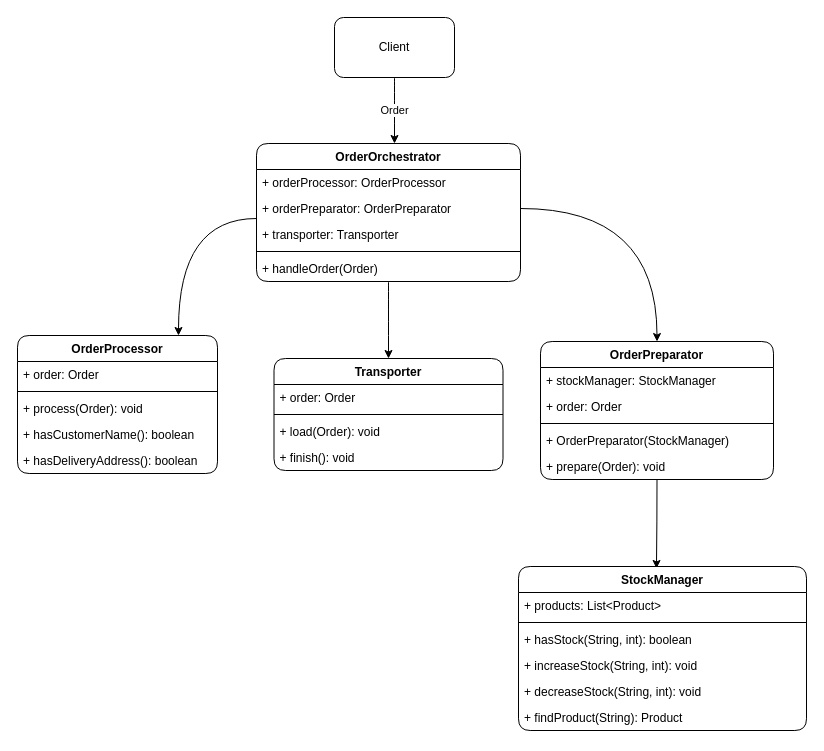
Above: page "facade" (9 of 10) of src/ro/developmentfactory/uml.drawio in development-factory/design-patterns-examples (draw.io), before the change. Source tidied: cells renumbered, new cells numbered last; positions are measured from the earlier drawing's top-left corner, leaving out a move shared by most shapes. Both pictures are drawn from the tidied source at 100%, with x=0, y=0 at pixel (17, 17).
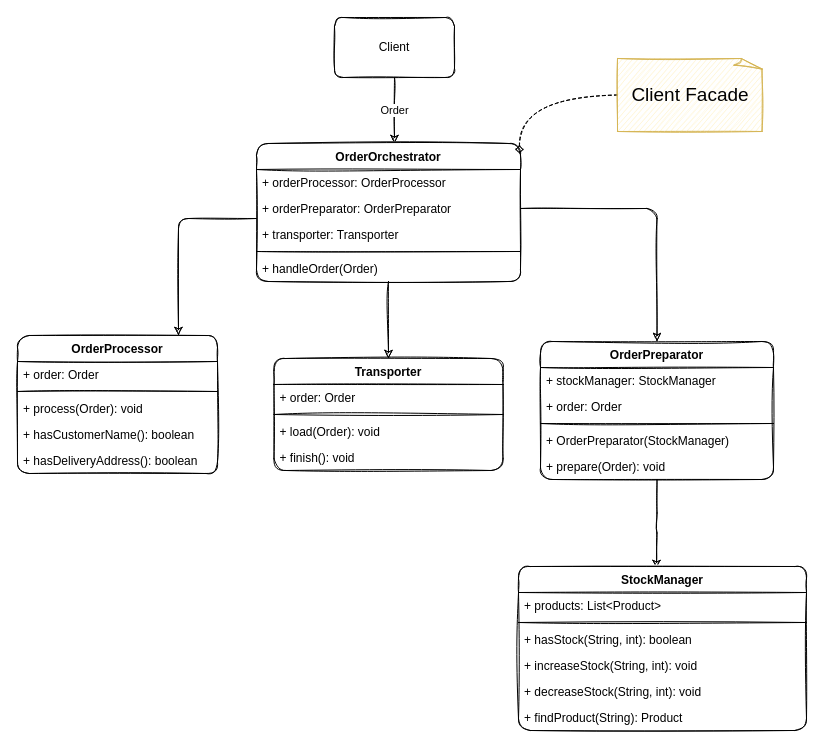
The same page after the edit.

Change to the diagram source:
```diff
@@
-    <mxCell id="2" value="Order" style="edgeStyle=orthogonalEdgeStyle;curved=1;jettySize=auto;html=1;" parent="1" edge="1" source="3" target="6">
+    <mxCell id="2" value="Order" style="edgeStyle=orthogonalEdgeStyle;jettySize=auto;html=1;sketch=1;" parent="1" edge="1" source="3" target="6">
       <mxGeometry relative="1" as="geometry">
         <Array as="points">
           <mxPoint x="369" y="59" />
           <mxPoint x="379" y="59" />
         </Array>
       </mxGeometry>
     </mxCell>
-    <mxCell id="3" value="Client" style="whiteSpace=wrap;html=1;rounded=1;" parent="1" vertex="1">
+    <mxCell id="3" value="Client" style="whiteSpace=wrap;html=1;sketch=1;rounded=1;" parent="1" vertex="1">
       <mxGeometry x="317" width="120" height="60" as="geometry" />
     </mxCell>
-    <mxCell id="4" style="edgeStyle=orthogonalEdgeStyle;curved=1;jettySize=auto;html=1;" parent="1" edge="1" source="6" target="12">
+    <mxCell id="4" style="edgeStyle=orthogonalEdgeStyle;jettySize=auto;html=1;sketch=1;" parent="1" edge="1" source="6" target="12">
       <mxGeometry relative="1" as="geometry">
         <Array as="points">
           <mxPoint x="161" y="201" />
         </Array>
       </mxGeometry>
     </mxCell>
-    <mxCell id="5" style="edgeStyle=orthogonalEdgeStyle;curved=1;jettySize=auto;html=1;entryX=0.5;entryY=0;entryDx=0;entryDy=0;" parent="1" edge="1" source="6" target="32">
+    <mxCell id="5" style="edgeStyle=orthogonalEdgeStyle;jettySize=auto;html=1;entryX=0.5;entryY=0;entryDx=0;entryDy=0;sketch=1;" parent="1" edge="1" source="6" target="32">
       <mxGeometry relative="1" as="geometry" />
     </mxCell>
-    <mxCell id="6" value="OrderOrchestrator" style="swimlane;fontStyle=1;align=center;verticalAlign=top;horizontal=1;startSize=26;rounded=1;" parent="1" vertex="1">
+    <mxCell id="6" value="OrderOrchestrator" style="swimlane;fontStyle=1;align=center;verticalAlign=top;horizontal=1;startSize=26;sketch=1;rounded=1;" parent="1" vertex="1">
       <mxGeometry x="239" y="126" width="264" height="138" as="geometry" />
     </mxCell>
-    <mxCell id="7" value="+ orderProcessor: OrderProcessor" style="text;strokeColor=none;fillColor=none;align=left;verticalAlign=top;spacingLeft=4;spacingRight=4;overflow=hidden;" parent="6" vertex="1">
+    <mxCell id="7" value="+ orderProcessor: OrderProcessor" style="text;strokeColor=none;fillColor=none;align=left;verticalAlign=top;spacingLeft=4;spacingRight=4;overflow=hidden;sketch=1;rounded=1;" parent="6" vertex="1">
       <mxGeometry y="26" width="264" height="26" as="geometry" />
     </mxCell>
-    <mxCell id="8" value="+ orderPreparator: OrderPreparator" style="text;strokeColor=none;fillColor=none;align=left;verticalAlign=top;spacingLeft=4;spacingRight=4;overflow=hidden;points=[[0,0.5],[1,0.5]];portConstraint=eastwest;" parent="6" vertex="1">
+    <mxCell id="8" value="+ orderPreparator: OrderPreparator" style="text;strokeColor=none;fillColor=none;align=left;verticalAlign=top;spacingLeft=4;spacingRight=4;overflow=hidden;points=[[0,0.5],[1,0.5]];portConstraint=eastwest;sketch=1;rounded=1;" parent="6" vertex="1">
       <mxGeometry y="52" width="264" height="26" as="geometry" />
     </mxCell>
-    <mxCell id="9" value="+ transporter: Transporter" style="text;strokeColor=none;fillColor=none;align=left;verticalAlign=top;spacingLeft=4;spacingRight=4;overflow=hidden;" parent="6" vertex="1">
+    <mxCell id="9" value="+ transporter: Transporter" style="text;strokeColor=none;fillColor=none;align=left;verticalAlign=top;spacingLeft=4;spacingRight=4;overflow=hidden;sketch=1;rounded=1;" parent="6" vertex="1">
       <mxGeometry y="78" width="264" height="26" as="geometry" />
     </mxCell>
-    <mxCell id="10" style="line;strokeWidth=1;fillColor=none;align=left;verticalAlign=middle;spacingTop=-1;spacingLeft=3;spacingRight=3;labelPosition=right;" parent="6" vertex="1">
+    <mxCell id="10" style="line;strokeWidth=1;fillColor=none;align=left;verticalAlign=middle;spacingTop=-1;spacingLeft=3;spacingRight=3;labelPosition=right;sketch=1;rounded=1;" parent="6" vertex="1">
       <mxGeometry y="104" width="264" height="8" as="geometry" />
     </mxCell>
-    <mxCell id="11" value="+ handleOrder(Order)" style="text;strokeColor=none;fillColor=none;align=left;verticalAlign=top;spacingLeft=4;spacingRight=4;overflow=hidden;" parent="6" vertex="1">
+    <mxCell id="11" value="+ handleOrder(Order)" style="text;strokeColor=none;fillColor=none;align=left;verticalAlign=top;spacingLeft=4;spacingRight=4;overflow=hidden;sketch=1;rounded=1;" parent="6" vertex="1">
       <mxGeometry y="112" width="264" height="26" as="geometry" />
     </mxCell>
-    <mxCell id="12" value="OrderProcessor" style="swimlane;fontStyle=1;align=center;verticalAlign=top;horizontal=1;startSize=26;rounded=1;" parent="1" vertex="1">
+    <mxCell id="12" value="OrderProcessor" style="swimlane;fontStyle=1;align=center;verticalAlign=top;horizontal=1;startSize=26;sketch=1;rounded=1;" parent="1" vertex="1">
       <mxGeometry y="318" width="200" height="138" as="geometry" />
     </mxCell>
-    <mxCell id="13" value="+ order: Order" style="text;strokeColor=none;fillColor=none;align=left;verticalAlign=top;spacingLeft=4;spacingRight=4;overflow=hidden;" parent="12" vertex="1">
+    <mxCell id="13" value="+ order: Order" style="text;strokeColor=none;fillColor=none;align=left;verticalAlign=top;spacingLeft=4;spacingRight=4;overflow=hidden;sketch=1;rounded=1;" parent="12" vertex="1">
       <mxGeometry y="26" width="200" height="26" as="geometry" />
     </mxCell>
-    <mxCell id="14" style="line;strokeWidth=1;fillColor=none;align=left;verticalAlign=middle;spacingTop=-1;spacingLeft=3;spacingRight=3;labelPosition=right;" parent="12" vertex="1">
+    <mxCell id="14" style="line;strokeWidth=1;fillColor=none;align=left;verticalAlign=middle;spacingTop=-1;spacingLeft=3;spacingRight=3;labelPosition=right;sketch=1;rounded=1;" parent="12" vertex="1">
       <mxGeometry y="52" width="200" height="8" as="geometry" />
     </mxCell>
-    <mxCell id="15" value="+ process(Order): void" style="text;strokeColor=none;fillColor=none;align=left;verticalAlign=top;spacingLeft=4;spacingRight=4;overflow=hidden;" parent="12" vertex="1">
+    <mxCell id="15" value="+ process(Order): void" style="text;strokeColor=none;fillColor=none;align=left;verticalAlign=top;spacingLeft=4;spacingRight=4;overflow=hidden;sketch=1;rounded=1;" parent="12" vertex="1">
       <mxGeometry y="60" width="200" height="26" as="geometry" />
     </mxCell>
-    <mxCell id="16" value="+ hasCustomerName(): boolean" style="text;strokeColor=none;fillColor=none;align=left;verticalAlign=top;spacingLeft=4;spacingRight=4;overflow=hidden;" parent="12" vertex="1">
+    <mxCell id="16" value="+ hasCustomerName(): boolean" style="text;strokeColor=none;fillColor=none;align=left;verticalAlign=top;spacingLeft=4;spacingRight=4;overflow=hidden;sketch=1;rounded=1;" parent="12" vertex="1">
       <mxGeometry y="86" width="200" height="26" as="geometry" />
     </mxCell>
-    <mxCell id="17" value="+ hasDeliveryAddress(): boolean" style="text;strokeColor=none;fillColor=none;align=left;verticalAlign=top;spacingLeft=4;spacingRight=4;overflow=hidden;" parent="12" vertex="1">
+    <mxCell id="17" value="+ hasDeliveryAddress(): boolean" style="text;strokeColor=none;fillColor=none;align=left;verticalAlign=top;spacingLeft=4;spacingRight=4;overflow=hidden;sketch=1;rounded=1;" parent="12" vertex="1">
       <mxGeometry y="112" width="200" height="26" as="geometry" />
     </mxCell>
-    <mxCell id="18" style="edgeStyle=orthogonalEdgeStyle;curved=1;jettySize=auto;html=1;entryX=0.479;entryY=0.012;entryDx=0;entryDy=0;entryPerimeter=0;" parent="1" edge="1" source="19" target="25">
+    <mxCell id="18" style="edgeStyle=orthogonalEdgeStyle;jettySize=auto;html=1;entryX=0.479;entryY=0.012;entryDx=0;entryDy=0;entryPerimeter=0;sketch=1;" parent="1" edge="1" source="19" target="25">
       <mxGeometry relative="1" as="geometry" />
     </mxCell>
-    <mxCell id="19" value="OrderPreparator" style="swimlane;fontStyle=1;align=center;verticalAlign=top;horizontal=1;startSize=26;rounded=1;" parent="1" vertex="1">
+    <mxCell id="19" value="OrderPreparator" style="swimlane;fontStyle=1;align=center;verticalAlign=top;horizontal=1;startSize=26;sketch=1;rounded=1;" parent="1" vertex="1">
       <mxGeometry x="523" y="324" width="233" height="138" as="geometry" />
     </mxCell>
-    <mxCell id="20" value="+ stockManager: StockManager" style="text;strokeColor=none;fillColor=none;align=left;verticalAlign=top;spacingLeft=4;spacingRight=4;overflow=hidden;" parent="19" vertex="1">
+    <mxCell id="20" value="+ stockManager: StockManager" style="text;strokeColor=none;fillColor=none;align=left;verticalAlign=top;spacingLeft=4;spacingRight=4;overflow=hidden;sketch=1;rounded=1;" parent="19" vertex="1">
       <mxGeometry y="26" width="233" height="26" as="geometry" />
     </mxCell>
-    <mxCell id="21" value="+ order: Order" style="text;strokeColor=none;fillColor=none;align=left;verticalAlign=top;spacingLeft=4;spacingRight=4;overflow=hidden;" parent="19" vertex="1">
+    <mxCell id="21" value="+ order: Order" style="text;strokeColor=none;fillColor=none;align=left;verticalAlign=top;spacingLeft=4;spacingRight=4;overflow=hidden;sketch=1;rounded=1;" parent="19" vertex="1">
       <mxGeometry y="52" width="233" height="26" as="geometry" />
     </mxCell>
-    <mxCell id="22" style="line;strokeWidth=1;fillColor=none;align=left;verticalAlign=middle;spacingTop=-1;spacingLeft=3;spacingRight=3;labelPosition=right;" parent="19" vertex="1">
+    <mxCell id="22" style="line;strokeWidth=1;fillColor=none;align=left;verticalAlign=middle;spacingTop=-1;spacingLeft=3;spacingRight=3;labelPosition=right;sketch=1;rounded=1;" parent="19" vertex="1">
       <mxGeometry y="78" width="233" height="8" as="geometry" />
     </mxCell>
-    <mxCell id="23" value="+ OrderPreparator(StockManager)" style="text;strokeColor=none;fillColor=none;align=left;verticalAlign=top;spacingLeft=4;spacingRight=4;overflow=hidden;" parent="19" vertex="1">
+    <mxCell id="23" value="+ OrderPreparator(StockManager)" style="text;strokeColor=none;fillColor=none;align=left;verticalAlign=top;spacingLeft=4;spacingRight=4;overflow=hidden;sketch=1;rounded=1;" parent="19" vertex="1">
       <mxGeometry y="86" width="233" height="26" as="geometry" />
     </mxCell>
-    <mxCell id="24" value="+ prepare(Order): void " style="text;strokeColor=none;fillColor=none;align=left;verticalAlign=top;spacingLeft=4;spacingRight=4;overflow=hidden;" parent="19" vertex="1">
+    <mxCell id="24" value="+ prepare(Order): void " style="text;strokeColor=none;fillColor=none;align=left;verticalAlign=top;spacingLeft=4;spacingRight=4;overflow=hidden;sketch=1;rounded=1;" parent="19" vertex="1">
       <mxGeometry y="112" width="233" height="26" as="geometry" />
     </mxCell>
-    <mxCell id="25" value="StockManager" style="swimlane;fontStyle=1;align=center;verticalAlign=top;horizontal=1;startSize=26;rounded=1;" parent="1" vertex="1">
+    <mxCell id="25" value="StockManager" style="swimlane;fontStyle=1;align=center;verticalAlign=top;horizontal=1;startSize=26;sketch=1;rounded=1;" parent="1" vertex="1">
       <mxGeometry x="501" y="549" width="288" height="164" as="geometry" />
     </mxCell>
-    <mxCell id="26" value="+ products: List&lt;Product&gt;" style="text;strokeColor=none;fillColor=none;align=left;verticalAlign=top;spacingLeft=4;spacingRight=4;overflow=hidden;" parent="25" vertex="1">
+    <mxCell id="26" value="+ products: List&lt;Product&gt;" style="text;strokeColor=none;fillColor=none;align=left;verticalAlign=top;spacingLeft=4;spacingRight=4;overflow=hidden;sketch=1;rounded=1;" parent="25" vertex="1">
       <mxGeometry y="26" width="288" height="26" as="geometry" />
     </mxCell>
-    <mxCell id="27" style="line;strokeWidth=1;fillColor=none;align=left;verticalAlign=middle;spacingTop=-1;spacingLeft=3;spacingRight=3;labelPosition=right;" parent="25" vertex="1">
+    <mxCell id="27" style="line;strokeWidth=1;fillColor=none;align=left;verticalAlign=middle;spacingTop=-1;spacingLeft=3;spacingRight=3;labelPosition=right;sketch=1;rounded=1;" parent="25" vertex="1">
       <mxGeometry y="52" width="288" height="8" as="geometry" />
     </mxCell>
-    <mxCell id="28" value="+ hasStock(String, int): boolean" style="text;strokeColor=none;fillColor=none;align=left;verticalAlign=top;spacingLeft=4;spacingRight=4;overflow=hidden;" parent="25" vertex="1">
+    <mxCell id="28" value="+ hasStock(String, int): boolean" style="text;strokeColor=none;fillColor=none;align=left;verticalAlign=top;spacingLeft=4;spacingRight=4;overflow=hidden;sketch=1;rounded=1;" parent="25" vertex="1">
       <mxGeometry y="60" width="288" height="26" as="geometry" />
     </mxCell>
-    <mxCell id="29" value="+ increaseStock(String, int): void" style="text;strokeColor=none;fillColor=none;align=left;verticalAlign=top;spacingLeft=4;spacingRight=4;overflow=hidden;" parent="25" vertex="1">
+    <mxCell id="29" value="+ increaseStock(String, int): void" style="text;strokeColor=none;fillColor=none;align=left;verticalAlign=top;spacingLeft=4;spacingRight=4;overflow=hidden;sketch=1;rounded=1;" parent="25" vertex="1">
       <mxGeometry y="86" width="288" height="26" as="geometry" />
     </mxCell>
-    <mxCell id="30" value="+ decreaseStock(String, int): void" style="text;strokeColor=none;fillColor=none;align=left;verticalAlign=top;spacingLeft=4;spacingRight=4;overflow=hidden;" parent="25" vertex="1">
+    <mxCell id="30" value="+ decreaseStock(String, int): void" style="text;strokeColor=none;fillColor=none;align=left;verticalAlign=top;spacingLeft=4;spacingRight=4;overflow=hidden;sketch=1;rounded=1;" parent="25" vertex="1">
       <mxGeometry y="112" width="288" height="26" as="geometry" />
     </mxCell>
-    <mxCell id="31" value="+ findProduct(String): Product" style="text;strokeColor=none;fillColor=none;align=left;verticalAlign=top;spacingLeft=4;spacingRight=4;overflow=hidden;" parent="25" vertex="1">
+    <mxCell id="31" value="+ findProduct(String): Product" style="text;strokeColor=none;fillColor=none;align=left;verticalAlign=top;spacingLeft=4;spacingRight=4;overflow=hidden;sketch=1;rounded=1;" parent="25" vertex="1">
       <mxGeometry y="138" width="288" height="26" as="geometry" />
     </mxCell>
-    <mxCell id="32" value="Transporter" style="swimlane;fontStyle=1;align=center;verticalAlign=top;horizontal=1;startSize=26;rounded=1;" parent="1" vertex="1">
+    <mxCell id="32" value="Transporter" style="swimlane;fontStyle=1;align=center;verticalAlign=top;horizontal=1;startSize=26;sketch=1;rounded=1;" parent="1" vertex="1">
       <mxGeometry x="256.5" y="341" width="229" height="112" as="geometry" />
     </mxCell>
-    <mxCell id="33" value="+ order: Order" style="text;strokeColor=none;fillColor=none;align=left;verticalAlign=top;spacingLeft=4;spacingRight=4;overflow=hidden;" parent="32" vertex="1">
+    <mxCell id="33" value="+ order: Order" style="text;strokeColor=none;fillColor=none;align=left;verticalAlign=top;spacingLeft=4;spacingRight=4;overflow=hidden;sketch=1;rounded=1;" parent="32" vertex="1">
       <mxGeometry y="26" width="229" height="26" as="geometry" />
     </mxCell>
-    <mxCell id="34" style="line;strokeWidth=1;fillColor=none;align=left;verticalAlign=middle;spacingTop=-1;spacingLeft=3;spacingRight=3;labelPosition=right;" parent="32" vertex="1">
+    <mxCell id="34" style="line;strokeWidth=1;fillColor=none;align=left;verticalAlign=middle;spacingTop=-1;spacingLeft=3;spacingRight=3;labelPosition=right;sketch=1;rounded=1;" parent="32" vertex="1">
       <mxGeometry y="52" width="229" height="8" as="geometry" />
     </mxCell>
-    <mxCell id="35" value="+ load(Order): void" style="text;strokeColor=none;fillColor=none;align=left;verticalAlign=top;spacingLeft=4;spacingRight=4;overflow=hidden;" parent="32" vertex="1">
+    <mxCell id="35" value="+ load(Order): void" style="text;strokeColor=none;fillColor=none;align=left;verticalAlign=top;spacingLeft=4;spacingRight=4;overflow=hidden;sketch=1;rounded=1;" parent="32" vertex="1">
       <mxGeometry y="60" width="229" height="26" as="geometry" />
     </mxCell>
-    <mxCell id="36" value="+ finish(): void" style="text;strokeColor=none;fillColor=none;align=left;verticalAlign=top;spacingLeft=4;spacingRight=4;overflow=hidden;" parent="32" vertex="1">
+    <mxCell id="36" value="+ finish(): void" style="text;strokeColor=none;fillColor=none;align=left;verticalAlign=top;spacingLeft=4;spacingRight=4;overflow=hidden;sketch=1;rounded=1;" parent="32" vertex="1">
       <mxGeometry y="86" width="229" height="26" as="geometry" />
     </mxCell>
-    <mxCell id="37" style="edgeStyle=orthogonalEdgeStyle;jettySize=auto;html=1;entryX=0.5;entryY=0;entryDx=0;entryDy=0;strokeColor=none;curved=1;" parent="1" edge="1" source="8" target="12">
+    <mxCell id="37" style="edgeStyle=orthogonalEdgeStyle;jettySize=auto;html=1;entryX=0.5;entryY=0;entryDx=0;entryDy=0;strokeColor=none;sketch=1;" parent="1" edge="1" source="8" target="12">
       <mxGeometry relative="1" as="geometry" />
     </mxCell>
-    <mxCell id="38" style="edgeStyle=orthogonalEdgeStyle;curved=1;jettySize=auto;html=1;entryX=0.5;entryY=0;entryDx=0;entryDy=0;" parent="1" edge="1" source="8" target="19">
+    <mxCell id="38" style="edgeStyle=orthogonalEdgeStyle;jettySize=auto;html=1;entryX=0.5;entryY=0;entryDx=0;entryDy=0;sketch=1;" parent="1" edge="1" source="8" target="19">
       <mxGeometry relative="1" as="geometry" />
     </mxCell>
+    <mxCell id="39" style="edgeStyle=orthogonalEdgeStyle;sketch=1;jettySize=auto;html=1;entryX=0.996;entryY=0.073;entryDx=0;entryDy=0;dashed=1;endArrow=diamond;endFill=0;entryPerimeter=0;curved=1;" parent="1" edge="1" source="40" target="6">
+      <mxGeometry relative="1" as="geometry" />
+    </mxCell>
+    <mxCell id="40" value="&lt;font style=&quot;font-size: 19px&quot;&gt;Client Facade&lt;/font&gt;" style="whiteSpace=wrap;html=1;shape=mxgraph.basic.document;rounded=1;sketch=1;fillColor=#fff2cc;strokeColor=#d6b656;" parent="1" vertex="1">
+      <mxGeometry x="600" y="41" width="146" height="73" as="geometry" />
+    </mxCell>
```
